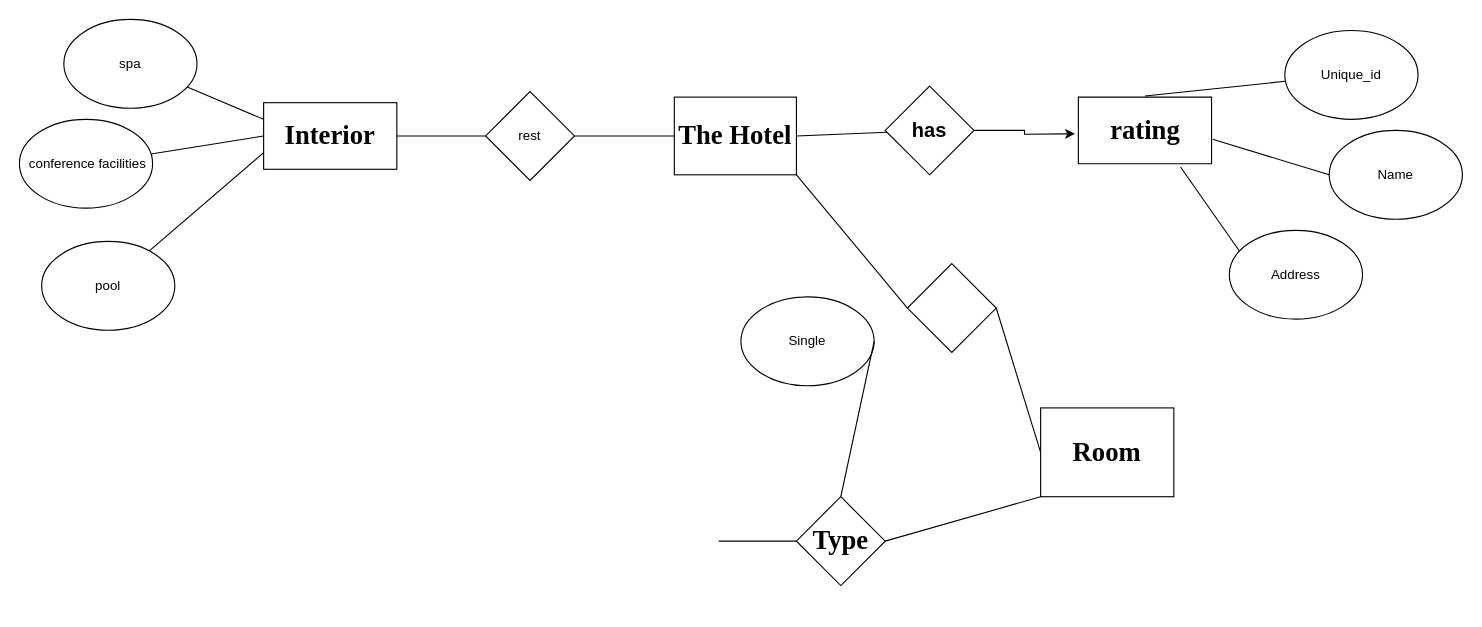
Before: Untitled Diagram.drawio in Gooodofwaar/DB-Project-1, a draw.io diagram. Source tidied: cells renumbered, new cells numbered last; positions are measured from the earlier drawing's top-left corner, leaving out a move shared by most shapes. Both pictures are drawn from the tidied source at 111%, with x=0, y=0 at pixel (19, 19).
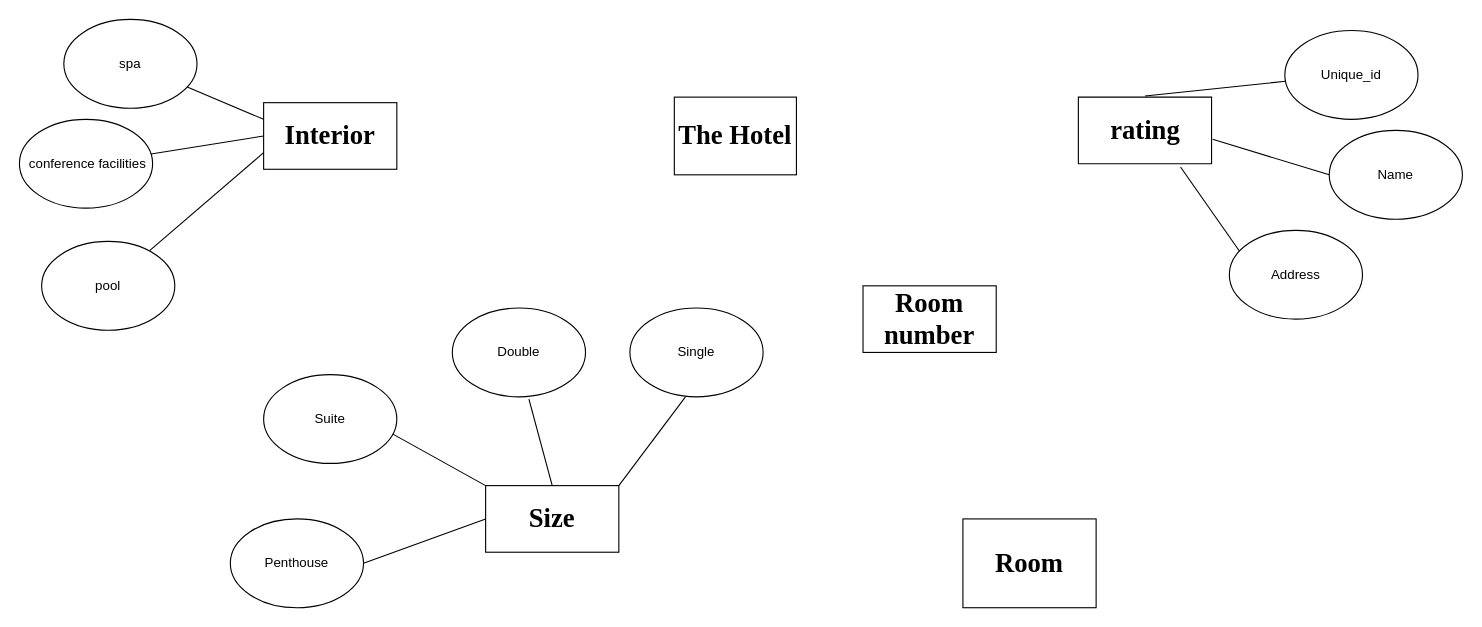
Above is the later version.

Unchanged cells that the change refers to:
```xml
<mxCell id="2" value="&lt;h1&gt;&lt;font face=&quot;Times New Roman&quot;&gt;The Hotel&lt;/font&gt;&lt;/h1&gt;" style="rounded=0;whiteSpace=wrap;html=1;" parent="1" vertex="1">
  <mxGeometry x="590" y="70" width="110" height="70" as="geometry" />
</mxCell>
```

Diff of the diagram source:
```diff
@@
-    <mxCell id="3" style="endArrow=none;html=1;exitX=1;exitY=0.5;exitDx=0;exitDy=0;" parent="1" edge="1" source="2" target="5">
-      <mxGeometry relative="1" as="geometry" />
-    </mxCell>
-    <mxCell id="4" style="edgeStyle=orthogonalEdgeStyle;rounded=0;jettySize=auto;html=1;" parent="1" edge="1" source="5">
-      <mxGeometry relative="1" as="geometry">
-        <mxPoint x="951" y="103" as="targetPoint" />
-      </mxGeometry>
-    </mxCell>
-    <mxCell id="5" value="&lt;h2&gt;has&lt;/h2&gt;" style="rhombus;whiteSpace=wrap;html=1;" parent="1" vertex="1">
-      <mxGeometry x="780" y="60" width="80" height="80" as="geometry" />
-    </mxCell>
@@
-    <mxCell id="13" style="endArrow=none;html=1;entryX=0;entryY=0.5;entryDx=0;entryDy=0;exitX=1;exitY=0.5;exitDx=0;exitDy=0;" parent="1" edge="1" source="14" target="2">
-      <mxGeometry relative="1" as="geometry" />
-    </mxCell>
-    <mxCell id="14" value="rest" style="rhombus;whiteSpace=wrap;html=1;" parent="1" vertex="1">
-      <mxGeometry x="420" y="65" width="80" height="80" as="geometry" />
-    </mxCell>
-    <mxCell id="15" style="endArrow=none;html=1;entryX=0;entryY=0.5;entryDx=0;entryDy=0;" parent="1" edge="1" target="14">
-      <mxGeometry relative="1" as="geometry">
-        <mxPoint x="340" y="105" as="sourcePoint" />
-      </mxGeometry>
-    </mxCell>
@@
-    <mxCell id="23" style="endArrow=none;html=1;entryX=1;entryY=1;entryDx=0;entryDy=0;exitX=0;exitY=0.5;exitDx=0;exitDy=0;" parent="1" edge="1" source="25" target="2">
-      <mxGeometry relative="1" as="geometry" />
-    </mxCell>
     <mxCell id="24" value="&lt;h1&gt;&lt;font face=&quot;Times New Roman&quot;&gt;Room&lt;/font&gt;&lt;/h1&gt;" style="rounded=0;whiteSpace=wrap;html=1;" parent="1" vertex="1">
-      <mxGeometry x="920" y="350" width="120" height="80" as="geometry" />
+      <mxGeometry x="850" y="450" width="120" height="80" as="geometry" />
     </mxCell>
-    <mxCell id="25" style="rhombus;whiteSpace=wrap;html=1;" parent="1" vertex="1">
-      <mxGeometry x="800" y="220" width="80" height="80" as="geometry" />
-    </mxCell>
-    <mxCell id="26" style="endArrow=none;html=1;exitX=0;exitY=0.5;exitDx=0;exitDy=0;" parent="1" edge="1" source="24">
-      <mxGeometry relative="1" as="geometry">
-        <mxPoint x="880" y="260" as="targetPoint" />
-      </mxGeometry>
-    </mxCell>
-    <mxCell id="27" style="endArrow=none;html=1;exitX=0;exitY=1;exitDx=0;exitDy=0;entryX=1;entryY=0.5;entryDx=0;entryDy=0;" parent="1" edge="1" source="24" target="30">
-      <mxGeometry relative="1" as="geometry" />
-    </mxCell>
-    <mxCell id="28" value="Single" style="ellipse;whiteSpace=wrap;html=1;" parent="1" vertex="1">
-      <mxGeometry x="650" y="250" width="120" height="80" as="geometry" />
+    <mxCell id="28" value="Double" style="ellipse;whiteSpace=wrap;html=1;" parent="1" vertex="1">
+      <mxGeometry x="390" y="260" width="120" height="80" as="geometry" />
     </mxCell>
-    <mxCell id="29" style="endArrow=none;html=1;entryX=1;entryY=0.5;entryDx=0;entryDy=0;exitX=0.5;exitY=0;exitDx=0;exitDy=0;" parent="1" edge="1" source="30" target="28">
+    <mxCell id="29" style="endArrow=none;html=1;entryX=0.575;entryY=1.025;entryDx=0;entryDy=0;exitX=0.5;exitY=0;exitDx=0;exitDy=0;entryPerimeter=0;" parent="1" edge="1" source="33" target="28">
       <mxGeometry relative="1" as="geometry" />
     </mxCell>
-    <mxCell id="30" value="&lt;h1&gt;&lt;font face=&quot;Times New Roman&quot;&gt;Type&lt;/font&gt;&lt;/h1&gt;" style="rhombus;whiteSpace=wrap;html=1;" parent="1" vertex="1">
-      <mxGeometry x="700" y="430" width="80" height="80" as="geometry" />
-    </mxCell>
-    <mxCell id="31" style="endArrow=none;html=1;entryX=0;entryY=0.5;entryDx=0;entryDy=0;" parent="1" edge="1" target="30">
-      <mxGeometry relative="1" as="geometry">
-        <mxPoint x="630" y="470" as="sourcePoint" />
-      </mxGeometry>
-    </mxCell>
+    <mxCell id="32" value="&lt;h1&gt;&lt;font face=&quot;Times New Roman&quot;&gt;Room number&lt;/font&gt;&lt;/h1&gt;" style="rounded=0;whiteSpace=wrap;html=1;" parent="1" vertex="1">
+      <mxGeometry x="760" y="240" width="120" height="60" as="geometry" />
+    </mxCell>
+    <mxCell id="33" value="&lt;h1&gt;&lt;font face=&quot;Times New Roman&quot;&gt;Size&lt;/font&gt;&lt;/h1&gt;" style="rounded=0;whiteSpace=wrap;html=1;" parent="1" vertex="1">
+      <mxGeometry x="420" y="420" width="120" height="60" as="geometry" />
+    </mxCell>
+    <mxCell id="34" style="endArrow=none;html=1;entryX=1;entryY=0;entryDx=0;entryDy=0;" parent="1" edge="1" target="33">
+      <mxGeometry relative="1" as="geometry">
+        <mxPoint x="600" y="340" as="sourcePoint" />
+      </mxGeometry>
+    </mxCell>
+    <mxCell id="35" value="&lt;span&gt;Single&lt;/span&gt;" style="ellipse;whiteSpace=wrap;html=1;" parent="1" vertex="1">
+      <mxGeometry x="550" y="260" width="120" height="80" as="geometry" />
+    </mxCell>
+    <mxCell id="36" style="endArrow=none;html=1;entryX=0;entryY=0;entryDx=0;entryDy=0;" parent="1" edge="1" target="33">
+      <mxGeometry relative="1" as="geometry">
+        <mxPoint x="330" y="370" as="sourcePoint" />
+      </mxGeometry>
+    </mxCell>
+    <mxCell id="37" value="Suite" style="ellipse;whiteSpace=wrap;html=1;" parent="1" vertex="1">
+      <mxGeometry x="220" y="320" width="120" height="80" as="geometry" />
+    </mxCell>
+    <mxCell id="38" style="endArrow=none;html=1;entryX=0;entryY=0.5;entryDx=0;entryDy=0;" parent="1" edge="1" target="33">
+      <mxGeometry relative="1" as="geometry">
+        <mxPoint x="310" y="490" as="sourcePoint" />
+      </mxGeometry>
+    </mxCell>
+    <mxCell id="39" value="Penthouse" style="ellipse;whiteSpace=wrap;html=1;" parent="1" vertex="1">
+      <mxGeometry x="190" y="450" width="120" height="80" as="geometry" />
+    </mxCell>
```
